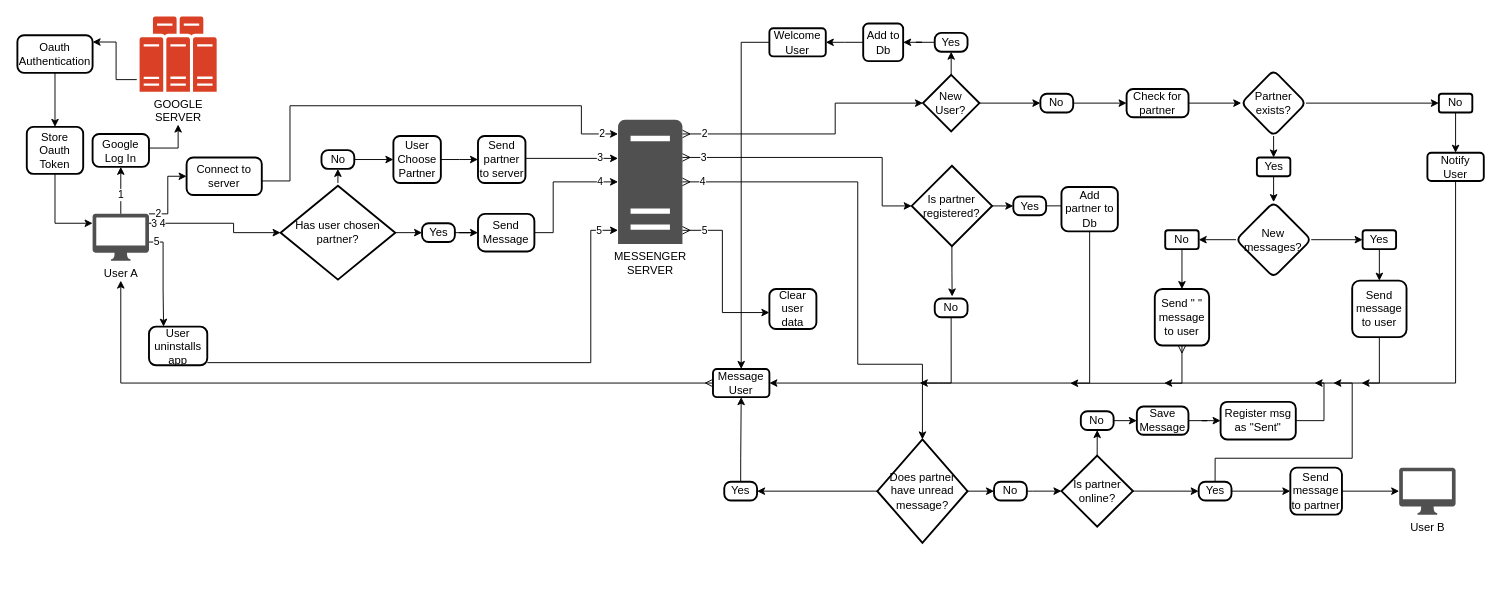
This is mini_messenger_flowchart.drawio from gitupwithit/mini_messenger_extension, a draw.io file, before an edit. Source tidied: cells renumbered, new cells numbered last; positions are measured from the earlier drawing's top-left corner, leaving out a move shared by most shapes. Both pictures are drawn from the tidied source at 94%, with x=0, y=0 at pixel (17, 16).
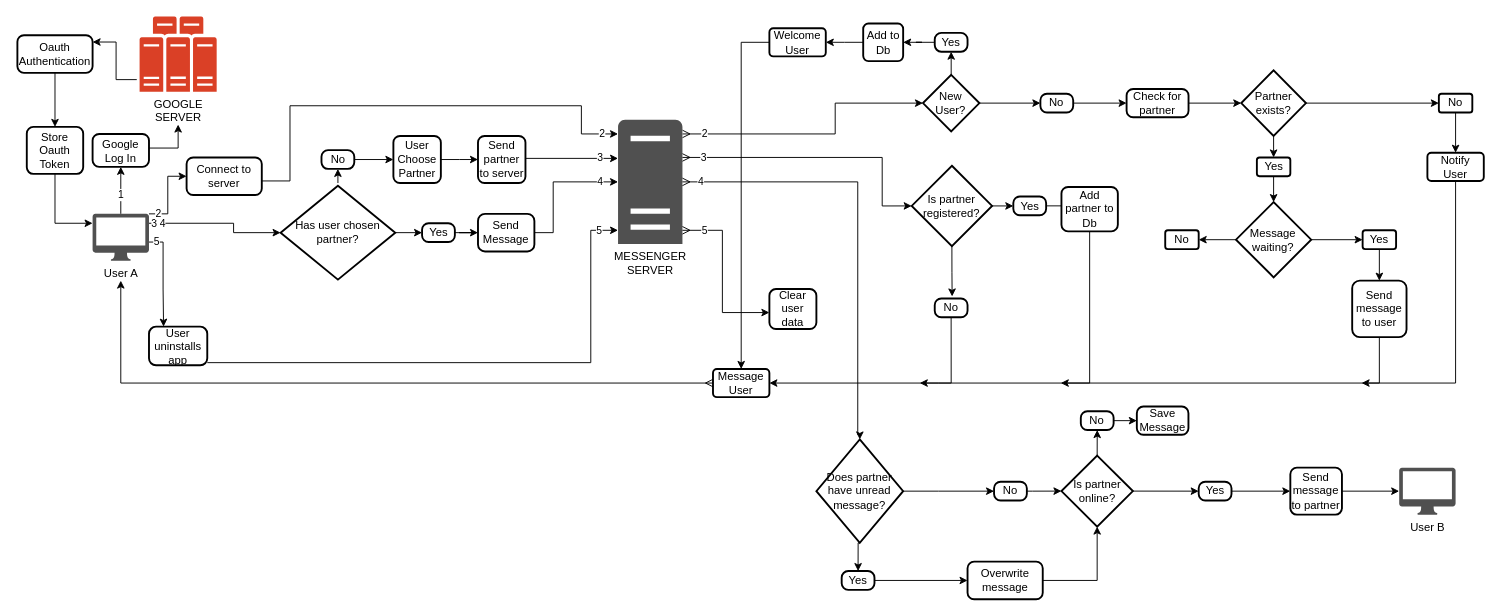
The same diagram, later.

Unchanged cells that the change refers to:
```xml
<mxCell id="10" value="MESSENGER&lt;br&gt;SERVER" style="sketch=0;shadow=0;dashed=0;html=1;strokeColor=none;fillColor=#505050;labelPosition=center;verticalLabelPosition=bottom;verticalAlign=top;outlineConnect=0;align=center;shape=mxgraph.office.servers.server_generic;points=[[0.11,0.94,0,0,0],[0.5,1,0,0,34],[1,1,0,2,3]];" parent="1" vertex="1">
  <mxGeometry x="639" y="110" width="68.5" height="132" as="geometry" />
</mxCell>
<mxCell id="45" value="No" style="whiteSpace=wrap;html=1;rounded=1;arcSize=14;strokeWidth=2;" parent="1" vertex="1">
  <mxGeometry x="1221.1" y="227.5" width="35.6" height="20" as="geometry" />
</mxCell>
<mxCell id="72" value="&lt;span style=&quot;background-color: initial;&quot;&gt;Is partner online?&lt;/span&gt;" style="strokeWidth=2;html=1;shape=mxgraph.flowchart.decision;whiteSpace=wrap;" parent="1" vertex="1">
  <mxGeometry x="1110.7" y="467.2" width="76" height="75.5" as="geometry" />
</mxCell>
<mxCell id="75" value="Yes" style="rounded=1;whiteSpace=wrap;html=1;absoluteArcSize=1;arcSize=14;strokeWidth=2;" parent="1" vertex="1">
  <mxGeometry x="1256.7" y="495" width="34.9" height="20" as="geometry" />
</mxCell>
<mxCell id="84" value="Save Message" style="rounded=1;whiteSpace=wrap;html=1;absoluteArcSize=1;arcSize=14;strokeWidth=2;" parent="1" vertex="1">
  <mxGeometry x="1190.9" y="415" width="54.9" height="30" as="geometry" />
</mxCell>
<mxCell id="94" value="Message User" style="whiteSpace=wrap;html=1;rounded=1;arcSize=14;strokeWidth=2;" parent="1" vertex="1">
  <mxGeometry x="740" y="375" width="60" height="30" as="geometry" />
</mxCell>
<mxCell id="97" value="Send message to user" style="whiteSpace=wrap;html=1;rounded=1;arcSize=14;strokeWidth=2;" parent="1" vertex="1">
  <mxGeometry x="1420" y="281.1" width="57.8" height="60" as="geometry" />
</mxCell>
```

Change to the diagram source:
```diff
@@
-    <mxCell id="33" value="Partner&lt;div&gt;exists?&lt;/div&gt;" style="rhombus;whiteSpace=wrap;html=1;rounded=1;arcSize=14;strokeWidth=2;" parent="1" vertex="1">
+    <mxCell id="33" value="Partner&lt;div&gt;exists?&lt;/div&gt;" style="rhombus;whiteSpace=wrap;html=1;rounded=1;arcSize=0;strokeWidth=2;" parent="1" vertex="1">
       <mxGeometry x="1302" y="57.2" width="68.8" height="70" as="geometry" />
     </mxCell>
     <mxCell id="34" style="edgeStyle=orthogonalEdgeStyle;rounded=0;jettySize=auto;html=1;exitX=0.5;exitY=1;exitDx=0;exitDy=0;flowAnimation=1;" parent="1" edge="1" source="97">
       <mxGeometry relative="1" as="geometry">
-        <mxPoint x="1220" y="390" as="targetPoint" />
+        <mxPoint x="1110" y="390" as="targetPoint" />
         <Array as="points">
           <mxPoint x="1449" y="390" />
         </Array>
       </mxGeometry>
     </mxCell>
@@
-    <mxCell id="43" value="New messages?" style="rhombus;whiteSpace=wrap;html=1;rounded=1;arcSize=14;strokeWidth=2;" parent="1" vertex="1">
+    <mxCell id="43" value="Message waiting?" style="rhombus;whiteSpace=wrap;html=1;rounded=1;arcSize=0;strokeWidth=2;" parent="1" vertex="1">
       <mxGeometry x="1296.4" y="197.5" width="80" height="80" as="geometry" />
     </mxCell>
-    <mxCell id="44" style="edgeStyle=orthogonalEdgeStyle;rounded=0;jettySize=auto;html=1;" parent="1" edge="1" source="45" target="47">
-      <mxGeometry relative="1" as="geometry" />
-    </mxCell>
@@
-    <mxCell id="46" style="edgeStyle=orthogonalEdgeStyle;rounded=0;jettySize=auto;html=1;exitX=0.5;exitY=1;exitDx=0;exitDy=0;startArrow=ERmany;startFill=0;flowAnimation=1;" parent="1" edge="1" source="47">
-      <mxGeometry relative="1" as="geometry">
-        <mxPoint x="1120" y="390.2" as="targetPoint" />
-        <Array as="points">
-          <mxPoint x="1239" y="390" />
-        </Array>
-      </mxGeometry>
-    </mxCell>
-    <mxCell id="47" value="Send &quot; &quot; message to user" style="whiteSpace=wrap;html=1;rounded=1;arcSize=14;strokeWidth=2;" parent="1" vertex="1">
-      <mxGeometry x="1210" y="290" width="57.8" height="60" as="geometry" />
-    </mxCell>
@@
-    <mxCell id="74" style="edgeStyle=orthogonalEdgeStyle;rounded=0;jettySize=auto;html=1;exitX=0.5;exitY=0;exitDx=0;exitDy=0;" parent="1" edge="1" source="75">
-      <mxGeometry relative="1" as="geometry">
-        <mxPoint x="1400" y="390" as="targetPoint" />
-        <Array as="points">
-          <mxPoint x="1274" y="470" />
-          <mxPoint x="1420" y="470" />
-          <mxPoint x="1420" y="390" />
-        </Array>
-      </mxGeometry>
-    </mxCell>
@@
     <mxCell id="79" value="4" style="edgeStyle=orthogonalEdgeStyle;rounded=0;jettySize=auto;html=1;entryX=0.5;entryY=0;entryDx=0;entryDy=0;entryPerimeter=0;startArrow=ERmany;startFill=0;" parent="1" edge="1" source="10" target="87">
       <mxGeometry x="-0.92" relative="1" as="geometry">
         <Array as="points">
           <mxPoint x="894" y="176" />
-          <mxPoint x="894" y="370" />
-          <mxPoint x="963" y="370" />
+          <mxPoint x="894" y="445" />
         </Array>
       </mxGeometry>
     </mxCell>
@@
-    <mxCell id="83" style="edgeStyle=orthogonalEdgeStyle;rounded=0;jettySize=auto;html=1;" parent="1" edge="1" source="84" target="103">
-      <mxGeometry relative="1" as="geometry" />
-    </mxCell>
@@
-    <mxCell id="86" style="edgeStyle=orthogonalEdgeStyle;rounded=0;jettySize=auto;html=1;exitX=0;exitY=0.5;exitDx=0;exitDy=0;exitPerimeter=0;entryX=1;entryY=0.5;entryDx=0;entryDy=0;" parent="1" edge="1" source="87" target="89">
+    <mxCell id="86" style="edgeStyle=orthogonalEdgeStyle;rounded=0;jettySize=auto;html=1;exitX=0.5;exitY=1;exitDx=0;exitDy=0;exitPerimeter=0;entryX=0.5;entryY=0;entryDx=0;entryDy=0;" parent="1" edge="1" source="87" target="89">
       <mxGeometry relative="1" as="geometry" />
     </mxCell>
     <mxCell id="87" value="&lt;span style=&quot;background-color: initial;&quot;&gt;Does partner have unread message?&lt;/span&gt;" style="strokeWidth=2;html=1;shape=mxgraph.flowchart.decision;whiteSpace=wrap;" parent="1" vertex="1">
-      <mxGeometry x="914.8" y="450" width="96" height="110" as="geometry" />
+      <mxGeometry x="850" y="450" width="92.3" height="110" as="geometry" />
     </mxCell>
-    <mxCell id="88" style="edgeStyle=orthogonalEdgeStyle;rounded=0;jettySize=auto;html=1;entryX=0.5;entryY=1;entryDx=0;entryDy=0;exitX=0.5;exitY=0;exitDx=0;exitDy=0;flowAnimation=1;" parent="1" edge="1" source="89" target="94">
-      <mxGeometry relative="1" as="geometry">
-        <Array as="points">
-          <mxPoint x="769" y="470" />
-          <mxPoint x="770" y="470" />
-        </Array>
-      </mxGeometry>
-    </mxCell>
+    <mxCell id="104" style="edgeStyle=orthogonalEdgeStyle;rounded=0;jettySize=auto;html=1;exitX=1;exitY=0.5;exitDx=0;exitDy=0;entryX=0;entryY=0.5;entryDx=0;entryDy=0;" parent="1" edge="1" source="89" target="105">
+      <mxGeometry relative="1" as="geometry" />
+    </mxCell>
     <mxCell id="89" value="Yes" style="rounded=1;whiteSpace=wrap;html=1;absoluteArcSize=1;arcSize=14;strokeWidth=2;" parent="1" vertex="1">
-      <mxGeometry x="752" y="495" width="34.9" height="20" as="geometry" />
+      <mxGeometry x="876.9" y="590" width="34.9" height="20" as="geometry" />
     </mxCell>
@@
-    <mxCell id="102" style="edgeStyle=orthogonalEdgeStyle;rounded=0;jettySize=auto;html=1;exitX=1;exitY=0.5;exitDx=0;exitDy=0;" parent="1" edge="1" source="103">
-      <mxGeometry relative="1" as="geometry">
-        <mxPoint x="1380" y="390" as="targetPoint" />
-        <Array as="points">
-          <mxPoint x="1390" y="430" />
-          <mxPoint x="1390" y="390" />
-        </Array>
-      </mxGeometry>
-    </mxCell>
-    <mxCell id="103" value="Register msg&lt;div&gt;as &quot;Sent&quot;&lt;/div&gt;" style="rounded=1;whiteSpace=wrap;html=1;absoluteArcSize=1;arcSize=14;strokeWidth=2;" parent="1" vertex="1">
-      <mxGeometry x="1280" y="410" width="80" height="40" as="geometry" />
-    </mxCell>
+    <mxCell id="105" value="Overwrite&lt;div&gt;message&lt;/div&gt;" style="rounded=1;whiteSpace=wrap;html=1;absoluteArcSize=1;arcSize=14;strokeWidth=2;" parent="1" vertex="1">
+      <mxGeometry x="1010.8" y="580" width="80" height="40" as="geometry" />
+    </mxCell>
+    <mxCell id="106" style="edgeStyle=orthogonalEdgeStyle;rounded=0;jettySize=auto;html=1;exitX=1;exitY=0.5;exitDx=0;exitDy=0;entryX=0.5;entryY=1;entryDx=0;entryDy=0;entryPerimeter=0;" parent="1" edge="1" source="105" target="72">
+      <mxGeometry relative="1" as="geometry" />
+    </mxCell>
```
